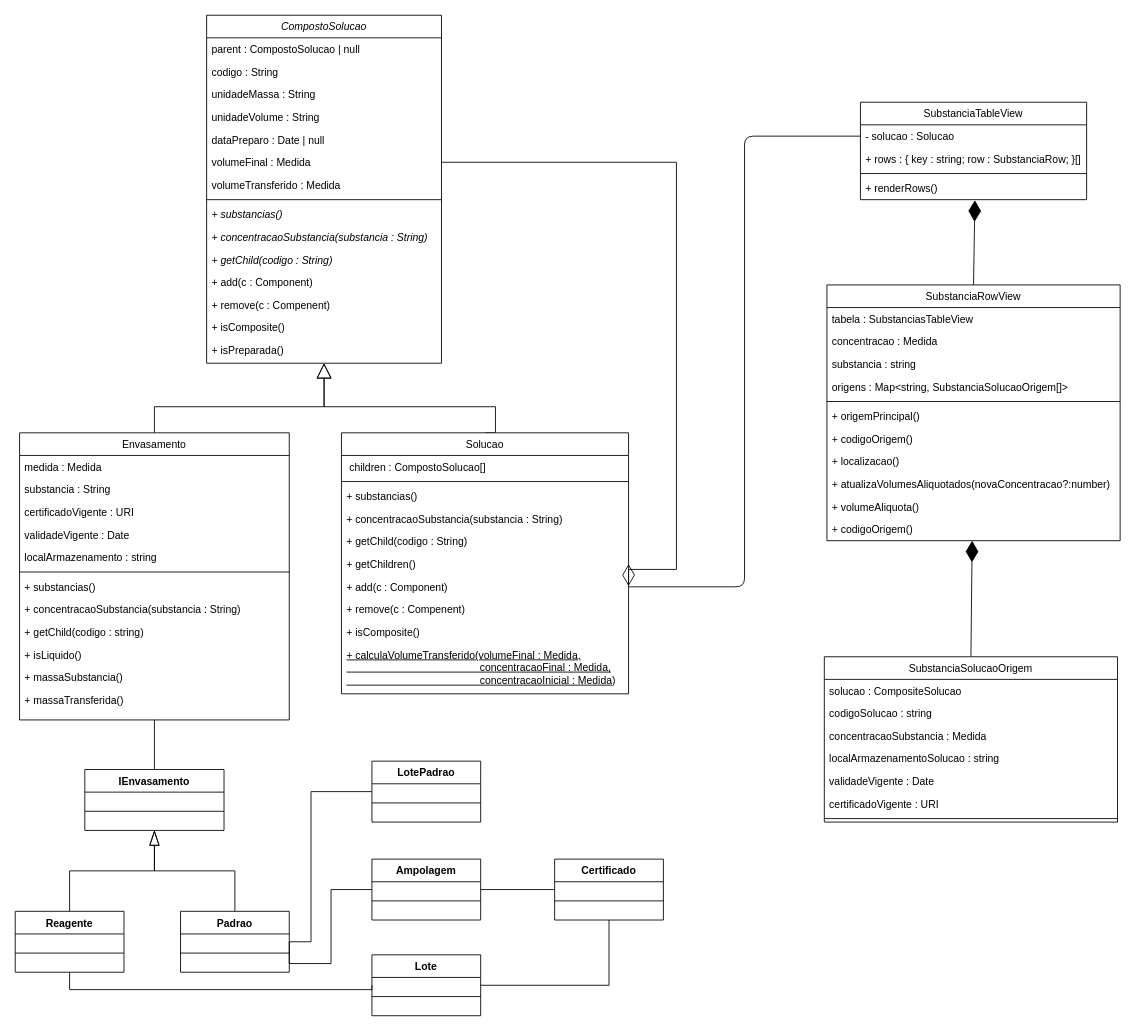
The draw.io diagram diagramas/Diagrama de Classes - Solucoes.drawio in pedrorougemont/ladetec, before the edit. Source tidied: cells renumbered, new cells numbered last; positions are measured from the earlier drawing's top-left corner, leaving out a move shared by most shapes. Both pictures are drawn from the tidied source at 87%, with x=0, y=0 at pixel (15, 15).
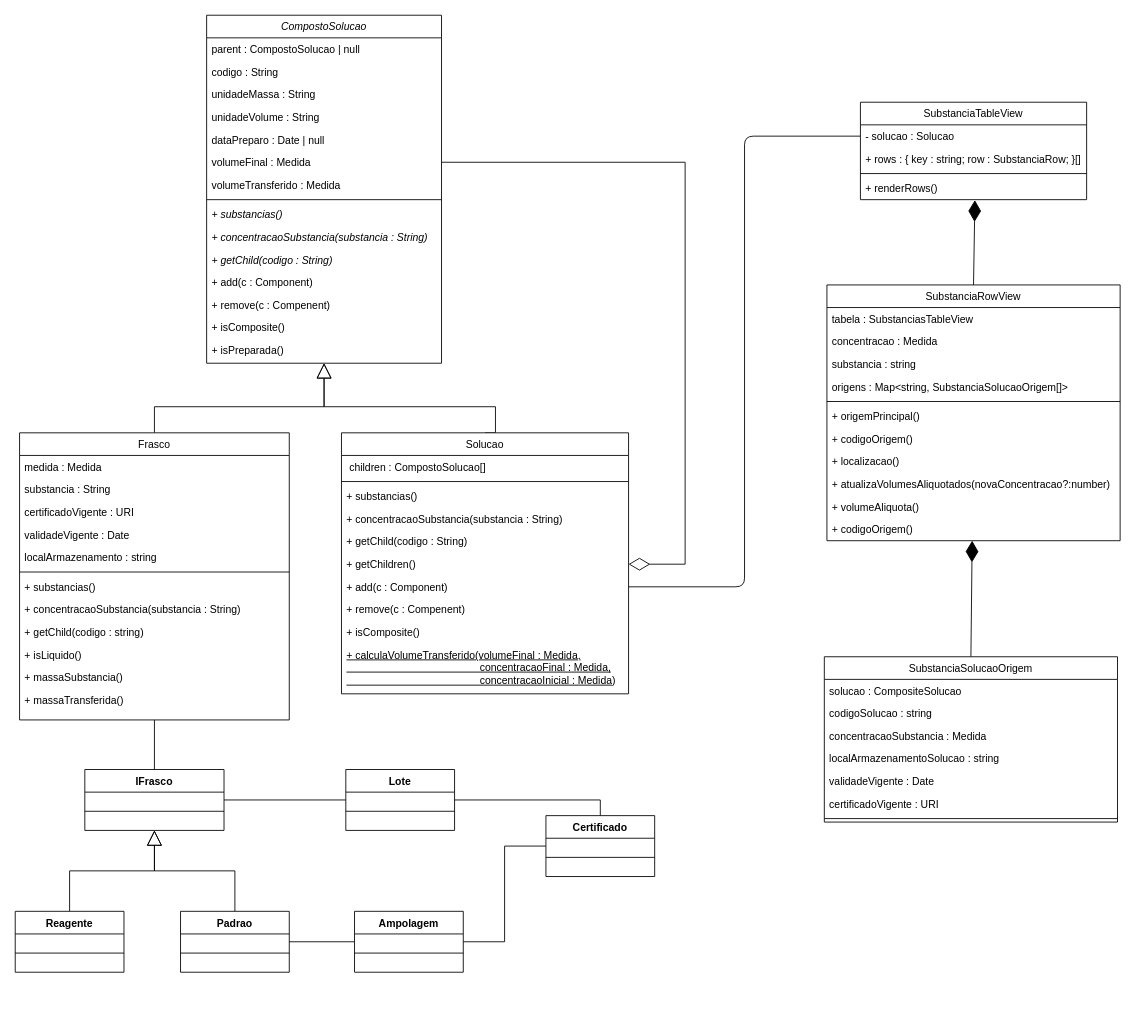
The same diagram, later.

The change refers to these unchanged cells:
```xml
<mxCell id="11" value="volumeFinal : Medida&#10;" style="text;align=left;verticalAlign=top;spacingLeft=4;spacingRight=4;overflow=hidden;points=[[0,0.5],[1,0.5]];portConstraint=eastwest;rounded=0;shadow=0;html=0;" parent="5" vertex="1">
  <mxGeometry y="156" width="270" height="26" as="geometry" />
</mxCell>
<mxCell id="55" value="+ getChildren()" style="text;align=left;verticalAlign=top;spacingLeft=4;spacingRight=4;overflow=hidden;points=[[0,0.5],[1,0.5]];portConstraint=eastwest;" parent="49" vertex="1">
  <mxGeometry y="138" width="330" height="26" as="geometry" />
</mxCell>
<mxCell id="78" value="Reagente" style="swimlane;fontStyle=1;align=center;verticalAlign=top;horizontal=1;startSize=26;" parent="1" vertex="1">
  <mxGeometry y="1030" width="125" height="70" as="geometry" />
</mxCell>
<mxCell id="82" value="Padrao" style="swimlane;fontStyle=1;align=center;verticalAlign=top;horizontal=1;startSize=26;" parent="1" vertex="1">
  <mxGeometry x="190" y="1030" width="125" height="70" as="geometry" />
</mxCell>
```

Diff of the diagram source:
```diff
@@
-    <mxCell id="4" value="1" style="endArrow=none;html=1;endSize=12;startArrow=diamondThin;startSize=22;startFill=0;align=left;verticalAlign=bottom;entryX=1;entryY=0.5;entryDx=0;entryDy=0;exitX=1;exitY=0.5;exitDx=0;exitDy=0;noLabel=1;fontColor=none;endFill=0;edgeStyle=orthogonalEdgeStyle;rounded=0;" parent="1" edge="1" source="55" target="11">
+    <mxCell id="4" value="1" style="endArrow=none;html=1;endSize=12;startArrow=diamondThin;startSize=22;startFill=0;align=left;verticalAlign=bottom;entryX=1;entryY=0.5;entryDx=0;entryDy=0;exitX=1;exitY=0.5;exitDx=0;exitDy=0;noLabel=1;fontColor=none;endFill=0;rounded=0;edgeStyle=orthogonalEdgeStyle;" parent="1" edge="1" source="55" target="11">
       <mxGeometry x="-1" y="3" relative="1" as="geometry">
         <Array as="points">
-          <mxPoint x="760" y="637" />
-          <mxPoint x="760" y="169" />
+          <mxPoint x="770" y="631" />
+          <mxPoint x="770" y="169" />
         </Array>
       </mxGeometry>
     </mxCell>
@@
-    <mxCell id="60" value="Envasamento" style="swimlane;fontStyle=0;align=center;verticalAlign=top;horizontal=1;startSize=26;rounded=0;shadow=0;strokeWidth=1;" parent="1" vertex="1">
+    <mxCell id="60" value="Frasco" style="swimlane;fontStyle=0;align=center;verticalAlign=top;horizontal=1;startSize=26;rounded=0;shadow=0;strokeWidth=1;" parent="1" vertex="1">
       <mxGeometry x="5" y="480" width="310" height="330" as="geometry" />
     </mxCell>
@@
-    <mxCell id="73" style="endArrow=blockThin;html=1;exitX=0.5;exitY=0;exitDx=0;exitDy=0;edgeStyle=orthogonalEdgeStyle;rounded=0;endFill=0;endSize=15;" parent="1" edge="1" source="78" target="75">
+    <mxCell id="73" style="endArrow=block;html=1;exitX=0.5;exitY=0;exitDx=0;exitDy=0;edgeStyle=orthogonalEdgeStyle;rounded=0;endFill=0;endSize=15;" parent="1" edge="1" source="78" target="75">
       <mxGeometry relative="1" as="geometry" />
     </mxCell>
-    <mxCell id="74" style="endArrow=blockThin;html=1;rounded=0;edgeStyle=orthogonalEdgeStyle;endFill=0;endSize=15;" parent="1" edge="1" source="82" target="75">
+    <mxCell id="74" style="endArrow=block;html=1;rounded=0;edgeStyle=orthogonalEdgeStyle;endFill=0;endSize=15;entryX=0.5;entryY=1;entryDx=0;entryDy=0;" parent="1" edge="1" source="82" target="75">
       <mxGeometry relative="1" as="geometry" />
     </mxCell>
-    <mxCell id="75" value="IEnvasamento" style="swimlane;fontStyle=1;align=center;verticalAlign=top;horizontal=1;startSize=26;" parent="1" vertex="1">
+    <mxCell id="75" value="IFrasco" style="swimlane;fontStyle=1;align=center;verticalAlign=top;horizontal=1;startSize=26;" parent="1" vertex="1">
       <mxGeometry x="80" y="867" width="160" height="70" as="geometry" />
     </mxCell>
@@
-    <mxCell id="80" value="Certificado" style="swimlane;fontStyle=1;align=center;verticalAlign=top;horizontal=1;startSize=26;" parent="1" vertex="1">
-      <mxGeometry x="620" y="970" width="125" height="70" as="geometry" />
-    </mxCell>
-    <mxCell id="81" style="line;strokeWidth=1;fillColor=none;align=left;verticalAlign=middle;spacingTop=-1;spacingLeft=3;spacingRight=3;labelPosition=right;" parent="80" vertex="1">
-      <mxGeometry y="26" width="125" height="44" as="geometry" />
-    </mxCell>
@@
-    <mxCell id="84" style="endArrow=none;html=1;entryX=0.5;entryY=1;entryDx=0;entryDy=0;exitX=1;exitY=0.5;exitDx=0;exitDy=0;edgeStyle=orthogonalEdgeStyle;rounded=0;" parent="1" edge="1" source="86" target="80">
+    <mxCell id="84" style="endArrow=none;html=1;entryX=0.5;entryY=0;entryDx=0;entryDy=0;exitX=1;exitY=0.5;exitDx=0;exitDy=0;edgeStyle=orthogonalEdgeStyle;rounded=0;" parent="1" edge="1" source="86" target="80">
       <mxGeometry relative="1" as="geometry" />
     </mxCell>
-    <mxCell id="85" style="endArrow=none;html=1;entryX=0;entryY=0.5;entryDx=0;entryDy=0;exitX=0.5;exitY=1;exitDx=0;exitDy=0;rounded=0;edgeStyle=orthogonalEdgeStyle;" parent="1" edge="1" source="78" target="86">
-      <mxGeometry relative="1" as="geometry">
-        <Array as="points">
-          <mxPoint x="63" y="1120" />
-          <mxPoint x="410" y="1120" />
-        </Array>
-      </mxGeometry>
-    </mxCell>
+    <mxCell id="90" style="endArrow=none;html=1;entryX=0;entryY=0.5;entryDx=0;entryDy=0;exitX=1;exitY=0.5;exitDx=0;exitDy=0;rounded=0;edgeStyle=orthogonalEdgeStyle;" parent="1" edge="1" source="82" target="88">
+      <mxGeometry relative="1" as="geometry" />
+    </mxCell>
+    <mxCell id="91" style="endArrow=none;html=1;entryX=0;entryY=0.5;entryDx=0;entryDy=0;exitX=1;exitY=0.5;exitDx=0;exitDy=0;edgeStyle=orthogonalEdgeStyle;rounded=0;" parent="1" edge="1" source="88" target="80">
+      <mxGeometry relative="1" as="geometry" />
+    </mxCell>
+    <mxCell id="95" style="endArrow=none;html=1;entryX=0;entryY=0.5;entryDx=0;entryDy=0;exitX=1;exitY=0.5;exitDx=0;exitDy=0;edgeStyle=orthogonalEdgeStyle;rounded=0;" parent="1" edge="1" source="75" target="86">
+      <mxGeometry relative="1" as="geometry" />
+    </mxCell>
+    <mxCell id="88" value="Ampolagem" style="swimlane;fontStyle=1;align=center;verticalAlign=top;horizontal=1;startSize=26;" parent="1" vertex="1">
+      <mxGeometry x="390" y="1030" width="125" height="70" as="geometry" />
+    </mxCell>
+    <mxCell id="89" style="line;strokeWidth=1;fillColor=none;align=left;verticalAlign=middle;spacingTop=-1;spacingLeft=3;spacingRight=3;labelPosition=right;" parent="88" vertex="1">
+      <mxGeometry y="26" width="125" height="44" as="geometry" />
+    </mxCell>
+    <mxCell id="80" value="Certificado" style="swimlane;fontStyle=1;align=center;verticalAlign=top;horizontal=1;startSize=26;" parent="1" vertex="1">
+      <mxGeometry x="610" y="920" width="125" height="70" as="geometry" />
+    </mxCell>
+    <mxCell id="81" style="line;strokeWidth=1;fillColor=none;align=left;verticalAlign=middle;spacingTop=-1;spacingLeft=3;spacingRight=3;labelPosition=right;" parent="80" vertex="1">
+      <mxGeometry y="26" width="125" height="44" as="geometry" />
+    </mxCell>
     <mxCell id="86" value="Lote" style="swimlane;fontStyle=1;align=center;verticalAlign=top;horizontal=1;startSize=26;" parent="1" vertex="1">
-      <mxGeometry x="410" y="1080" width="125" height="70" as="geometry" />
+      <mxGeometry x="380" y="867" width="125" height="70" as="geometry" />
     </mxCell>
@@
-    <mxCell id="88" value="Ampolagem" style="swimlane;fontStyle=1;align=center;verticalAlign=top;horizontal=1;startSize=26;" parent="1" vertex="1">
-      <mxGeometry x="410" y="970" width="125" height="70" as="geometry" />
-    </mxCell>
-    <mxCell id="89" style="line;strokeWidth=1;fillColor=none;align=left;verticalAlign=middle;spacingTop=-1;spacingLeft=3;spacingRight=3;labelPosition=right;" parent="88" vertex="1">
-      <mxGeometry y="26" width="125" height="44" as="geometry" />
-    </mxCell>
-    <mxCell id="90" style="endArrow=none;html=1;entryX=0;entryY=0.5;entryDx=0;entryDy=0;exitX=1;exitY=0.5;exitDx=0;exitDy=0;edgeStyle=orthogonalEdgeStyle;rounded=0;" parent="1" edge="1" source="82" target="88">
-      <mxGeometry relative="1" as="geometry">
-        <Array as="points">
-          <mxPoint x="315" y="1090" />
-          <mxPoint x="363" y="1090" />
-          <mxPoint x="363" y="1005" />
-        </Array>
-      </mxGeometry>
-    </mxCell>
-    <mxCell id="91" style="endArrow=none;html=1;entryX=0;entryY=0.5;entryDx=0;entryDy=0;exitX=1;exitY=0.5;exitDx=0;exitDy=0;" parent="1" edge="1" source="88" target="80">
-      <mxGeometry relative="1" as="geometry" />
-    </mxCell>
-    <mxCell id="92" value="LotePadrao" style="swimlane;fontStyle=1;align=center;verticalAlign=top;horizontal=1;startSize=26;" parent="1" vertex="1">
-      <mxGeometry x="410" y="857.4" width="125" height="70" as="geometry" />
-    </mxCell>
-    <mxCell id="93" style="line;strokeWidth=1;fillColor=none;align=left;verticalAlign=middle;spacingTop=-1;spacingLeft=3;spacingRight=3;labelPosition=right;" parent="92" vertex="1">
-      <mxGeometry y="26" width="125" height="44" as="geometry" />
-    </mxCell>
-    <mxCell id="94" style="endArrow=none;html=1;exitX=1;exitY=0.5;exitDx=0;exitDy=0;entryX=0;entryY=0.5;entryDx=0;entryDy=0;edgeStyle=orthogonalEdgeStyle;rounded=0;" parent="1" edge="1" source="82" target="92">
-      <mxGeometry relative="1" as="geometry">
-        <Array as="points">
-          <mxPoint x="340" y="1065" />
-          <mxPoint x="340" y="892" />
-        </Array>
-      </mxGeometry>
-    </mxCell>
```
